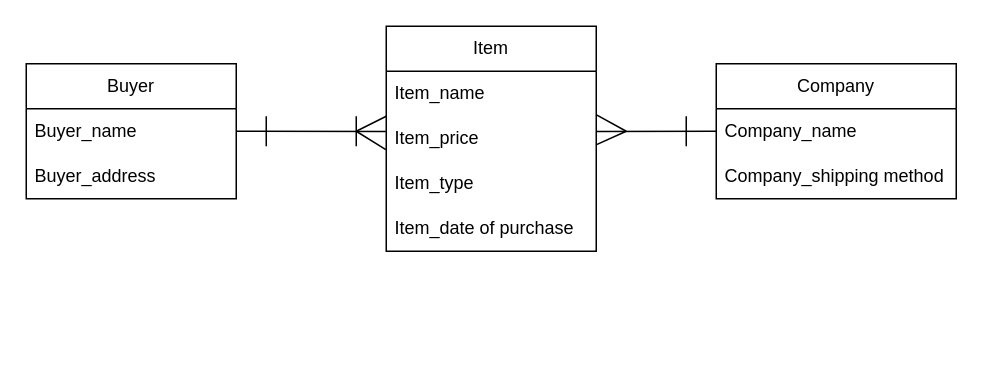
Before: 未命名绘图.drawio in Jessica936/DB, a draw.io diagram. Source tidied: cells renumbered, new cells numbered last; positions are measured from the earlier drawing's top-left corner, leaving out a move shared by most shapes. Both pictures are drawn from the tidied source at 150%, with x=0, y=0 at pixel (26, 26).
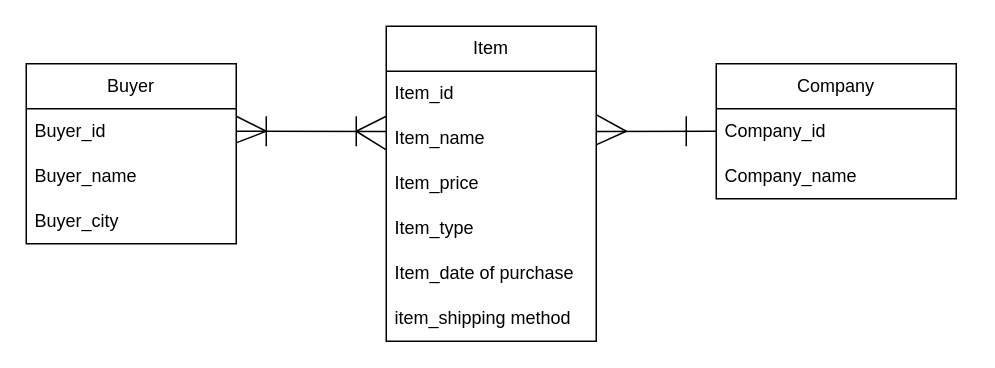
Above is the later version.

Commit message:
更新未命名绘图.drawio

The change refers to these unchanged cells:
```xml
<mxCell id="5" value="Company" style="swimlane;fontStyle=0;horizontal=1;startSize=30;whiteSpace=wrap;html=1;" parent="1" vertex="1">
  <mxGeometry x="460" y="25" width="160" height="90" as="geometry" />
</mxCell>
```

What changed in the source:
```diff
@@
     <mxCell id="2" value="Buyer" style="swimlane;fontStyle=0;horizontal=1;startSize=30;whiteSpace=wrap;html=1;" parent="1" vertex="1">
-      <mxGeometry y="25" width="140" height="90" as="geometry" />
+      <mxGeometry y="25" width="140" height="120" as="geometry" />
     </mxCell>
-    <mxCell id="3" value="Buyer_name" style="text;strokeColor=none;fillColor=none;align=left;verticalAlign=middle;spacingLeft=4;spacingRight=4;overflow=hidden;points=[[0,0.5],[1,0.5]];portConstraint=eastwest;whiteSpace=wrap;html=1;" parent="2" vertex="1">
+    <mxCell id="3" value="Buyer_id" style="text;strokeColor=none;fillColor=none;align=left;verticalAlign=middle;spacingLeft=4;spacingRight=4;overflow=hidden;points=[[0,0.5],[1,0.5]];portConstraint=eastwest;whiteSpace=wrap;html=1;" parent="2" vertex="1">
       <mxGeometry y="30" width="140" height="30" as="geometry" />
     </mxCell>
+    <mxCell id="24" style="endArrow=none;html=1;rounded=0;exitX=0.999;exitY=0.758;exitDx=0;exitDy=0;exitPerimeter=0;" parent="2" edge="1" source="3">
+      <mxGeometry relative="1" as="geometry">
+        <mxPoint x="140" y="35" as="targetPoint" />
+        <Array as="points">
+          <mxPoint x="160" y="45" />
+        </Array>
+      </mxGeometry>
+    </mxCell>
-    <mxCell id="4" value="Buyer_address" style="text;strokeColor=none;fillColor=none;align=left;verticalAlign=middle;spacingLeft=4;spacingRight=4;overflow=hidden;whiteSpace=wrap;html=1;" parent="2" vertex="1">
+    <mxCell id="4" value="Buyer_name" style="text;strokeColor=none;fillColor=none;align=left;verticalAlign=middle;spacingLeft=4;spacingRight=4;overflow=hidden;whiteSpace=wrap;html=1;" parent="2" vertex="1">
       <mxGeometry y="60" width="140" height="30" as="geometry" />
     </mxCell>
+    <mxCell id="25" value="Buyer_city" style="text;strokeColor=none;fillColor=none;align=left;verticalAlign=middle;spacingLeft=4;spacingRight=4;overflow=hidden;whiteSpace=wrap;html=1;" parent="2" vertex="1">
+      <mxGeometry y="90" width="140" height="30" as="geometry" />
+    </mxCell>
@@
-    <mxCell id="6" value="Company_name" style="text;strokeColor=none;fillColor=none;align=left;verticalAlign=middle;spacingLeft=4;spacingRight=4;overflow=hidden;points=[[0,0.5],[1,0.5]];portConstraint=eastwest;whiteSpace=wrap;html=1;" parent="5" vertex="1">
+    <mxCell id="6" value="Company_id" style="text;strokeColor=none;fillColor=none;align=left;verticalAlign=middle;spacingLeft=4;spacingRight=4;overflow=hidden;points=[[0,0.5],[1,0.5]];portConstraint=eastwest;whiteSpace=wrap;html=1;" parent="5" vertex="1">
       <mxGeometry y="30" width="160" height="30" as="geometry" />
     </mxCell>
-    <mxCell id="7" value="Company_shipping method" style="text;strokeColor=none;fillColor=none;align=left;verticalAlign=middle;spacingLeft=4;spacingRight=4;overflow=hidden;whiteSpace=wrap;html=1;" parent="5" vertex="1">
-      <mxGeometry y="60" width="160" height="30" as="geometry" />
-    </mxCell>
@@
+    <mxCell id="26" value="Company_name" style="text;strokeColor=none;fillColor=none;align=left;verticalAlign=middle;spacingLeft=4;spacingRight=4;overflow=hidden;whiteSpace=wrap;html=1;" parent="5" vertex="1">
+      <mxGeometry y="60" width="160" height="30" as="geometry" />
+    </mxCell>
     <mxCell id="9" value="Item" style="swimlane;fontStyle=0;horizontal=1;startSize=30;whiteSpace=wrap;html=1;" parent="1" vertex="1">
-      <mxGeometry x="240" width="140" height="150" as="geometry" />
+      <mxGeometry x="240" width="140" height="210" as="geometry" />
     </mxCell>
-    <mxCell id="10" value="Item_name" style="text;strokeColor=none;fillColor=none;align=left;verticalAlign=middle;spacingLeft=4;spacingRight=4;overflow=hidden;points=[[0,0.5],[1,0.5]];portConstraint=eastwest;whiteSpace=wrap;html=1;" parent="9" vertex="1">
+    <mxCell id="10" value="Item_id" style="text;strokeColor=none;fillColor=none;align=left;verticalAlign=middle;spacingLeft=4;spacingRight=4;overflow=hidden;points=[[0,0.5],[1,0.5]];portConstraint=eastwest;whiteSpace=wrap;html=1;" parent="9" vertex="1">
       <mxGeometry y="30" width="140" height="30" as="geometry" />
     </mxCell>
-    <mxCell id="11" value="Item_price" style="text;strokeColor=none;fillColor=none;align=left;verticalAlign=middle;spacingLeft=4;spacingRight=4;overflow=hidden;points=[[0,0.5],[1,0.5]];portConstraint=eastwest;whiteSpace=wrap;html=1;" parent="9" vertex="1">
+    <mxCell id="11" value="Item_name" style="text;strokeColor=none;fillColor=none;align=left;verticalAlign=middle;spacingLeft=4;spacingRight=4;overflow=hidden;points=[[0,0.5],[1,0.5]];portConstraint=eastwest;whiteSpace=wrap;html=1;" parent="9" vertex="1">
       <mxGeometry y="60" width="140" height="30" as="geometry" />
     </mxCell>
-    <mxCell id="12" value="Item_type" style="text;strokeColor=none;fillColor=none;align=left;verticalAlign=middle;spacingLeft=4;spacingRight=4;overflow=hidden;whiteSpace=wrap;html=1;" parent="9" vertex="1">
+    <mxCell id="12" value="Item_price" style="text;strokeColor=none;fillColor=none;align=left;verticalAlign=middle;spacingLeft=4;spacingRight=4;overflow=hidden;whiteSpace=wrap;html=1;" parent="9" vertex="1">
       <mxGeometry y="90" width="140" height="30" as="geometry" />
     </mxCell>
+    <mxCell id="27" value="Item_type" style="text;strokeColor=none;fillColor=none;align=left;verticalAlign=middle;spacingLeft=4;spacingRight=4;overflow=hidden;whiteSpace=wrap;html=1;" parent="9" vertex="1">
+      <mxGeometry y="120" width="140" height="30" as="geometry" />
+    </mxCell>
     <mxCell id="13" value="Item_date of purchase" style="text;strokeColor=none;fillColor=none;align=left;verticalAlign=middle;spacingLeft=4;spacingRight=4;overflow=hidden;whiteSpace=wrap;html=1;" parent="9" vertex="1">
-      <mxGeometry y="120" width="140" height="30" as="geometry" />
+      <mxGeometry y="150" width="140" height="30" as="geometry" />
     </mxCell>
+    <mxCell id="28" value="item_shipping method" style="text;strokeColor=none;fillColor=none;align=left;verticalAlign=middle;spacingLeft=4;spacingRight=4;overflow=hidden;whiteSpace=wrap;html=1;" parent="9" vertex="1">
+      <mxGeometry y="180" width="140" height="30" as="geometry" />
+    </mxCell>
```
